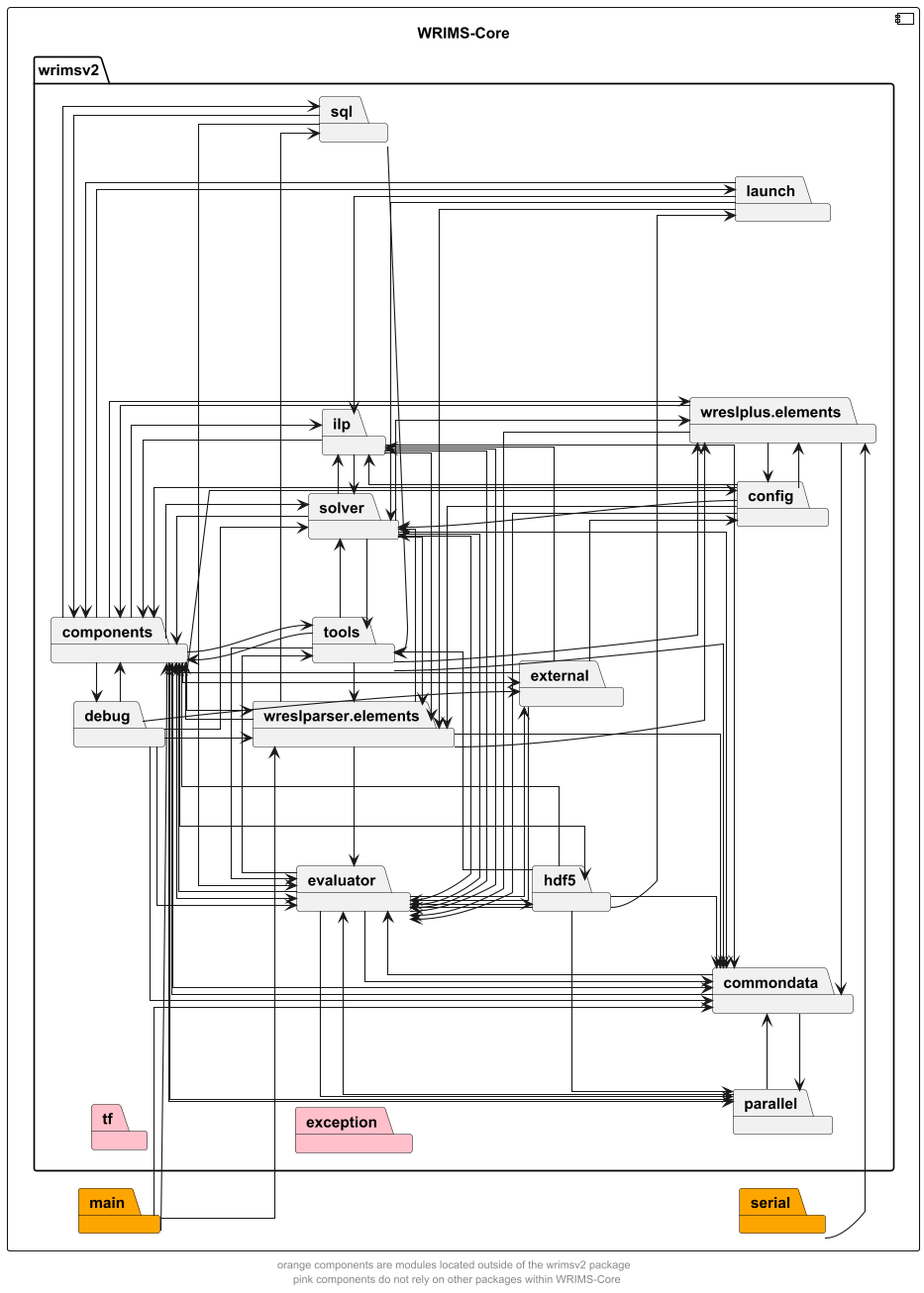
Above: docs/diagrams/wrims-core/wrims-core-interdeps-simplified.png in CentralValleyModeling/wrims (PlantUML), before the change.
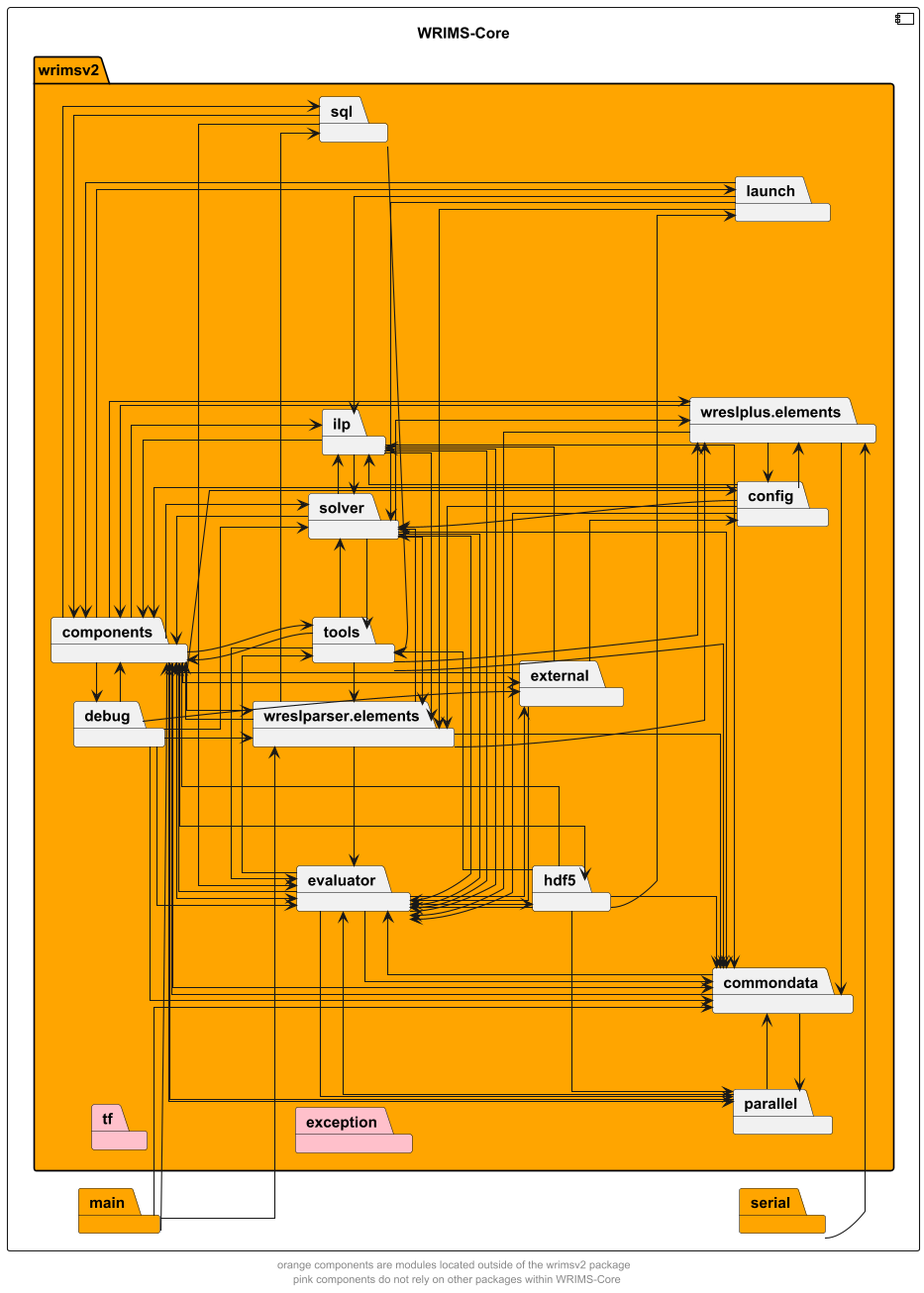
The same file after the commit.

Diff of the diagram source:
```diff
@@ -5,7 +5,7 @@
 component wrims_core as "WRIMS-Core" {
     package main #orange
     package serial #orange
-    package wrimsv2 {
+    package wrimsv2 #orange {
         package commondata
         package components
         package config
```
